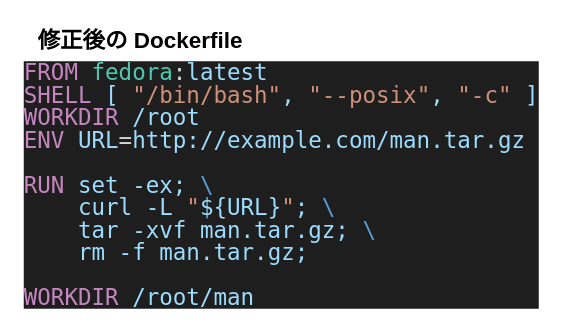
Above: slide/img/optimize2.drawio in posl/dit (draw.io), before the change. Source tidied: cells renumbered, new cells numbered last; positions are measured from the earlier drawing's top-left corner, leaving out a move shared by most shapes. Both pictures are drawn from the tidied source at 125%, with x=0, y=0 at pixel (21, 21).
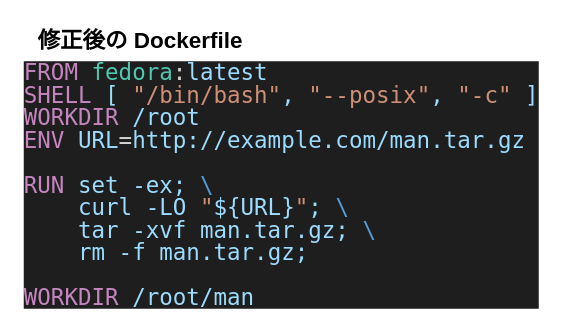
The same diagram, later.

Commit message (it also covers changes not shown here):
added -O option to the curl command

The edit, as a diff of the source:
```diff
@@
 <mxGraphModel>
   <root>
     <mxCell id="0" />
     <mxCell id="1" parent="0" />
     <mxCell id="2" value="修正後の Dockerfile" style="text;html=1;strokeColor=none;fillColor=none;align=center;verticalAlign=middle;whiteSpace=wrap;rounded=0;fontSize=18;fontStyle=1;" parent="1" vertex="1">
       <mxGeometry x="10" width="170" height="30" as="geometry" />
     </mxCell>
-    <mxCell id="3" value="&lt;div style=&quot;color: rgb(212, 212, 212); background-color: rgb(30, 30, 30); font-family: Menlo, Monaco, &amp;quot;Courier New&amp;quot;, monospace; line-height: 18px; font-size: 18px;&quot;&gt;&lt;div&gt;&lt;span style=&quot;color: #c586c0;&quot;&gt;FROM&lt;/span&gt; &lt;span style=&quot;color: #4ec9b0;&quot;&gt;fedora&lt;/span&gt;:&lt;span style=&quot;color: #9cdcfe;&quot;&gt;latest&lt;/span&gt;&lt;/div&gt;&lt;div&gt;&lt;span style=&quot;color: #c586c0;&quot;&gt;SHELL&lt;/span&gt; &lt;span style=&quot;color: #9cdcfe;&quot;&gt;[&lt;/span&gt; &lt;span style=&quot;color: #ce9178;&quot;&gt;&quot;/bin/bash&quot;&lt;/span&gt;&lt;span style=&quot;color: #9cdcfe;&quot;&gt;,&lt;/span&gt; &lt;span style=&quot;color: #ce9178;&quot;&gt;&quot;--posix&quot;&lt;/span&gt;&lt;span style=&quot;color: #9cdcfe;&quot;&gt;,&lt;/span&gt; &lt;span style=&quot;color: #ce9178;&quot;&gt;&quot;-c&quot;&lt;/span&gt; &lt;span style=&quot;color: #9cdcfe;&quot;&gt;]&lt;/span&gt;&lt;/div&gt;&lt;div&gt;&lt;span style=&quot;color: #c586c0;&quot;&gt;WORKDIR&lt;/span&gt; &lt;span style=&quot;color: #9cdcfe;&quot;&gt;/root&lt;/span&gt;&lt;/div&gt;&lt;div&gt;&lt;span style=&quot;color: #c586c0;&quot;&gt;ENV&lt;/span&gt; &lt;span style=&quot;color: #9cdcfe;&quot;&gt;URL&lt;/span&gt;=&lt;span style=&quot;color: #9cdcfe;&quot;&gt;http://example.com/man.tar.gz&lt;/span&gt;&lt;/div&gt;&lt;br&gt;&lt;div&gt;&lt;span style=&quot;color: #c586c0;&quot;&gt;RUN&lt;/span&gt; &lt;span style=&quot;color: #9cdcfe;&quot;&gt;set&lt;/span&gt; &lt;span style=&quot;color: #9cdcfe;&quot;&gt;-ex;&lt;/span&gt; &lt;span style=&quot;color: #569cd6;&quot;&gt;\&lt;/span&gt;&lt;/div&gt;&lt;div&gt;    &lt;span style=&quot;color: #9cdcfe;&quot;&gt;&amp;nbsp; &amp;nbsp; curl&lt;/span&gt; &lt;span style=&quot;color: #9cdcfe;&quot;&gt;-L&lt;/span&gt; &lt;span style=&quot;color: #ce9178;&quot;&gt;&quot;&lt;/span&gt;&lt;span style=&quot;color: #9cdcfe;&quot;&gt;${URL}&lt;/span&gt;&lt;span style=&quot;color: #ce9178;&quot;&gt;&quot;&lt;/span&gt;&lt;span style=&quot;color: #9cdcfe;&quot;&gt;;&lt;/span&gt; &lt;span style=&quot;color: #569cd6;&quot;&gt;\&lt;/span&gt;&lt;/div&gt;&lt;div&gt;    &lt;span style=&quot;color: #9cdcfe;&quot;&gt;&amp;nbsp; &amp;nbsp; tar&lt;/span&gt; &lt;span style=&quot;color: #9cdcfe;&quot;&gt;-xvf&lt;/span&gt; &lt;span style=&quot;color: #9cdcfe;&quot;&gt;man.tar.gz;&lt;/span&gt; &lt;span style=&quot;color: #569cd6;&quot;&gt;\&lt;/span&gt;&lt;/div&gt;&lt;div&gt;    &lt;span style=&quot;color: #9cdcfe;&quot;&gt;&amp;nbsp; &amp;nbsp; rm&lt;/span&gt; &lt;span style=&quot;color: #9cdcfe;&quot;&gt;-f&lt;/span&gt; &lt;span style=&quot;color: #9cdcfe;&quot;&gt;man.tar.gz;&lt;/span&gt;&lt;/div&gt;&lt;br&gt;&lt;div&gt;&lt;span style=&quot;color: #c586c0;&quot;&gt;WORKDIR&lt;/span&gt; &lt;span style=&quot;color: #9cdcfe;&quot;&gt;/root/man&lt;/span&gt;&lt;/div&gt;&lt;/div&gt;" style="text;html=1;strokeColor=none;fillColor=none;align=left;verticalAlign=middle;whiteSpace=wrap;rounded=0;" parent="1" vertex="1">
+    <mxCell id="3" value="&lt;div style=&quot;color: rgb(212, 212, 212); background-color: rgb(30, 30, 30); font-family: Menlo, Monaco, &amp;quot;Courier New&amp;quot;, monospace; line-height: 18px; font-size: 18px;&quot;&gt;&lt;div&gt;&lt;span style=&quot;color: #c586c0;&quot;&gt;FROM&lt;/span&gt; &lt;span style=&quot;color: #4ec9b0;&quot;&gt;fedora&lt;/span&gt;:&lt;span style=&quot;color: #9cdcfe;&quot;&gt;latest&lt;/span&gt;&lt;/div&gt;&lt;div&gt;&lt;span style=&quot;color: #c586c0;&quot;&gt;SHELL&lt;/span&gt; &lt;span style=&quot;color: #9cdcfe;&quot;&gt;[&lt;/span&gt; &lt;span style=&quot;color: #ce9178;&quot;&gt;&quot;/bin/bash&quot;&lt;/span&gt;&lt;span style=&quot;color: #9cdcfe;&quot;&gt;,&lt;/span&gt; &lt;span style=&quot;color: #ce9178;&quot;&gt;&quot;--posix&quot;&lt;/span&gt;&lt;span style=&quot;color: #9cdcfe;&quot;&gt;,&lt;/span&gt; &lt;span style=&quot;color: #ce9178;&quot;&gt;&quot;-c&quot;&lt;/span&gt; &lt;span style=&quot;color: #9cdcfe;&quot;&gt;]&lt;/span&gt;&lt;/div&gt;&lt;div&gt;&lt;span style=&quot;color: #c586c0;&quot;&gt;WORKDIR&lt;/span&gt; &lt;span style=&quot;color: #9cdcfe;&quot;&gt;/root&lt;/span&gt;&lt;/div&gt;&lt;div&gt;&lt;span style=&quot;color: #c586c0;&quot;&gt;ENV&lt;/span&gt; &lt;span style=&quot;color: #9cdcfe;&quot;&gt;URL&lt;/span&gt;=&lt;span style=&quot;color: #9cdcfe;&quot;&gt;http://example.com/man.tar.gz&lt;/span&gt;&lt;/div&gt;&lt;br&gt;&lt;div&gt;&lt;span style=&quot;color: #c586c0;&quot;&gt;RUN&lt;/span&gt; &lt;span style=&quot;color: #9cdcfe;&quot;&gt;set&lt;/span&gt; &lt;span style=&quot;color: #9cdcfe;&quot;&gt;-ex;&lt;/span&gt; &lt;span style=&quot;color: #569cd6;&quot;&gt;\&lt;/span&gt;&lt;/div&gt;&lt;div&gt;    &lt;span style=&quot;color: #9cdcfe;&quot;&gt;&amp;nbsp; &amp;nbsp; curl&lt;/span&gt; &lt;span style=&quot;color: #9cdcfe;&quot;&gt;-LO&lt;/span&gt; &lt;span style=&quot;color: #ce9178;&quot;&gt;&quot;&lt;/span&gt;&lt;span style=&quot;color: #9cdcfe;&quot;&gt;${URL}&lt;/span&gt;&lt;span style=&quot;color: #ce9178;&quot;&gt;&quot;&lt;/span&gt;&lt;span style=&quot;color: #9cdcfe;&quot;&gt;;&lt;/span&gt; &lt;span style=&quot;color: #569cd6;&quot;&gt;\&lt;/span&gt;&lt;/div&gt;&lt;div&gt;    &lt;span style=&quot;color: #9cdcfe;&quot;&gt;&amp;nbsp; &amp;nbsp; tar&lt;/span&gt; &lt;span style=&quot;color: #9cdcfe;&quot;&gt;-xvf&lt;/span&gt; &lt;span style=&quot;color: #9cdcfe;&quot;&gt;man.tar.gz;&lt;/span&gt; &lt;span style=&quot;color: #569cd6;&quot;&gt;\&lt;/span&gt;&lt;/div&gt;&lt;div&gt;    &lt;span style=&quot;color: #9cdcfe;&quot;&gt;&amp;nbsp; &amp;nbsp; rm&lt;/span&gt; &lt;span style=&quot;color: #9cdcfe;&quot;&gt;-f&lt;/span&gt; &lt;span style=&quot;color: #9cdcfe;&quot;&gt;man.tar.gz;&lt;/span&gt;&lt;/div&gt;&lt;br&gt;&lt;div&gt;&lt;span style=&quot;color: #c586c0;&quot;&gt;WORKDIR&lt;/span&gt; &lt;span style=&quot;color: #9cdcfe;&quot;&gt;/root/man&lt;/span&gt;&lt;/div&gt;&lt;/div&gt;" style="text;html=1;strokeColor=none;fillColor=none;align=left;verticalAlign=middle;whiteSpace=wrap;rounded=0;" parent="1" vertex="1">
       <mxGeometry y="30" width="420" height="200" as="geometry" />
     </mxCell>
   </root>
 </mxGraphModel>
```
